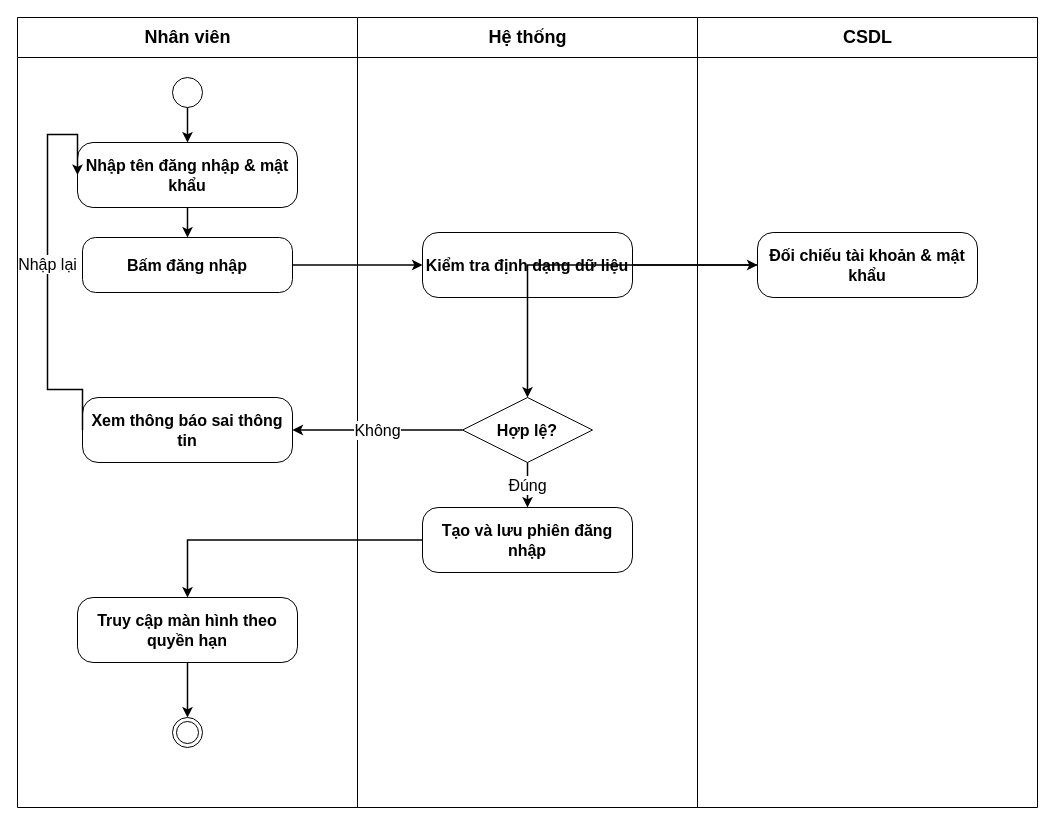
Earlier version of the draw.io diagram docs/phase1/drawio/ad06_staff_login.drawio (AndrewQng/VinDining). Source tidied: cells renumbered, new cells numbered last; positions are measured from the earlier drawing's top-left corner, leaving out a move shared by most shapes. Both pictures are drawn from the tidied source at 100%, with x=0, y=0 at pixel (17, 17).
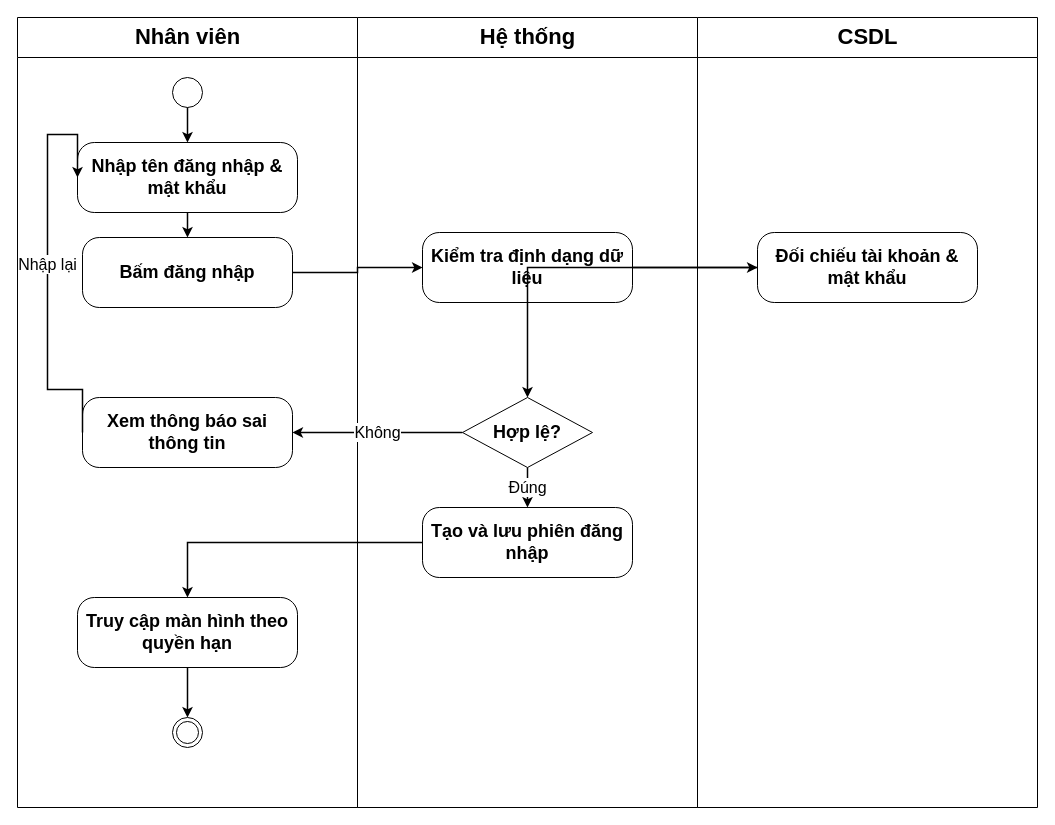
After the change.

What changed in the source:
```diff
@@
-    <mxCell id="2" value="Nhân viên" style="swimlane;html=1;startSize=40;horizontal=1;fontStyle=1;fontSize=18;align=center;verticalAlign=middle;swimlaneLine=1;" parent="1" vertex="1">
+    <mxCell id="2" value="Nhân viên" style="swimlane;html=1;startSize=40;horizontal=1;fontStyle=1;fontSize=22;align=center;verticalAlign=middle;swimlaneLine=1;" parent="1" vertex="1">
       <mxGeometry width="340" height="790" as="geometry" />
     </mxCell>
@@
-    <mxCell id="4" value="Nhập tên đăng nhập &amp;amp; mật khẩu" style="rounded=1;arcSize=24;whiteSpace=wrap;html=1;fontStyle=1;fontSize=16;align=center;verticalAlign=middle;" parent="2" vertex="1">
-      <mxGeometry x="60" y="125" width="220" height="65" as="geometry" />
+    <mxCell id="4" value="Nhập tên đăng nhập &amp;amp; mật khẩu" style="rounded=1;arcSize=24;whiteSpace=wrap;html=1;fontStyle=1;fontSize=18;align=center;verticalAlign=middle;" parent="2" vertex="1">
+      <mxGeometry x="60" y="125" width="220" height="70" as="geometry" />
     </mxCell>
-    <mxCell id="5" value="Bấm đăng nhập" style="rounded=1;arcSize=24;whiteSpace=wrap;html=1;fontStyle=1;fontSize=16;align=center;verticalAlign=middle;" parent="2" vertex="1">
-      <mxGeometry x="65" y="220" width="210" height="55" as="geometry" />
+    <mxCell id="5" value="Bấm đăng nhập" style="rounded=1;arcSize=24;whiteSpace=wrap;html=1;fontStyle=1;fontSize=18;align=center;verticalAlign=middle;" parent="2" vertex="1">
+      <mxGeometry x="65" y="220" width="210" height="70" as="geometry" />
     </mxCell>
-    <mxCell id="6" value="Xem thông báo sai thông tin" style="rounded=1;arcSize=24;whiteSpace=wrap;html=1;fontStyle=1;fontSize=16;align=center;verticalAlign=middle;" parent="2" vertex="1">
-      <mxGeometry x="65" y="380" width="210" height="65" as="geometry" />
+    <mxCell id="6" value="Xem thông báo sai thông tin" style="rounded=1;arcSize=24;whiteSpace=wrap;html=1;fontStyle=1;fontSize=18;align=center;verticalAlign=middle;" parent="2" vertex="1">
+      <mxGeometry x="65" y="380" width="210" height="70" as="geometry" />
     </mxCell>
-    <mxCell id="7" value="Truy cập màn hình theo quyền hạn" style="rounded=1;arcSize=24;whiteSpace=wrap;html=1;fontStyle=1;fontSize=16;align=center;verticalAlign=middle;" parent="2" vertex="1">
-      <mxGeometry x="60" y="580" width="220" height="65" as="geometry" />
+    <mxCell id="7" value="Truy cập màn hình theo quyền hạn" style="rounded=1;arcSize=24;whiteSpace=wrap;html=1;fontStyle=1;fontSize=18;align=center;verticalAlign=middle;" parent="2" vertex="1">
+      <mxGeometry x="60" y="580" width="220" height="70" as="geometry" />
     </mxCell>
@@
-    <mxCell id="10" value="Hệ thống" style="swimlane;html=1;startSize=40;horizontal=1;fontStyle=1;fontSize=18;align=center;verticalAlign=middle;swimlaneLine=1;" parent="1" vertex="1">
+    <mxCell id="10" value="Hệ thống" style="swimlane;html=1;startSize=40;horizontal=1;fontStyle=1;fontSize=22;align=center;verticalAlign=middle;swimlaneLine=1;" parent="1" vertex="1">
       <mxGeometry x="340" width="340" height="790" as="geometry" />
     </mxCell>
-    <mxCell id="11" value="Kiểm tra định dạng dữ liệu" style="rounded=1;arcSize=24;whiteSpace=wrap;html=1;fontStyle=1;fontSize=16;align=center;verticalAlign=middle;" parent="10" vertex="1">
-      <mxGeometry x="65" y="215" width="210" height="65" as="geometry" />
+    <mxCell id="11" value="Kiểm tra định dạng dữ liệu" style="rounded=1;arcSize=24;whiteSpace=wrap;html=1;fontStyle=1;fontSize=18;align=center;verticalAlign=middle;" parent="10" vertex="1">
+      <mxGeometry x="65" y="215" width="210" height="70" as="geometry" />
     </mxCell>
-    <mxCell id="12" value="Hợp lệ?" style="rhombus;whiteSpace=wrap;html=1;fontStyle=1;fontSize=16;align=center;verticalAlign=middle;" parent="10" vertex="1">
-      <mxGeometry x="105" y="380" width="130" height="65" as="geometry" />
+    <mxCell id="12" value="Hợp lệ?" style="rhombus;whiteSpace=wrap;html=1;fontStyle=1;fontSize=18;align=center;verticalAlign=middle;" parent="10" vertex="1">
+      <mxGeometry x="105" y="380" width="130" height="70" as="geometry" />
     </mxCell>
-    <mxCell id="13" value="Tạo và lưu phiên đăng nhập" style="rounded=1;arcSize=24;whiteSpace=wrap;html=1;fontStyle=1;fontSize=16;align=center;verticalAlign=middle;" parent="10" vertex="1">
-      <mxGeometry x="65" y="490" width="210" height="65" as="geometry" />
+    <mxCell id="13" value="Tạo và lưu phiên đăng nhập" style="rounded=1;arcSize=24;whiteSpace=wrap;html=1;fontStyle=1;fontSize=18;align=center;verticalAlign=middle;" parent="10" vertex="1">
+      <mxGeometry x="65" y="490" width="210" height="70" as="geometry" />
     </mxCell>
-    <mxCell id="14" value="CSDL" style="swimlane;html=1;startSize=40;horizontal=1;fontStyle=1;fontSize=18;align=center;verticalAlign=middle;swimlaneLine=1;" parent="1" vertex="1">
+    <mxCell id="14" value="CSDL" style="swimlane;html=1;startSize=40;horizontal=1;fontStyle=1;fontSize=22;align=center;verticalAlign=middle;swimlaneLine=1;" parent="1" vertex="1">
       <mxGeometry x="680" width="340" height="790" as="geometry" />
     </mxCell>
-    <mxCell id="15" value="Đối chiếu tài khoản &amp;amp; mật khẩu" style="rounded=1;arcSize=24;whiteSpace=wrap;html=1;fontStyle=1;fontSize=16;align=center;verticalAlign=middle;" parent="14" vertex="1">
-      <mxGeometry x="60" y="215" width="220" height="65" as="geometry" />
+    <mxCell id="15" value="Đối chiếu tài khoản &amp;amp; mật khẩu" style="rounded=1;arcSize=24;whiteSpace=wrap;html=1;fontStyle=1;fontSize=18;align=center;verticalAlign=middle;" parent="14" vertex="1">
+      <mxGeometry x="60" y="215" width="220" height="70" as="geometry" />
     </mxCell>
```
